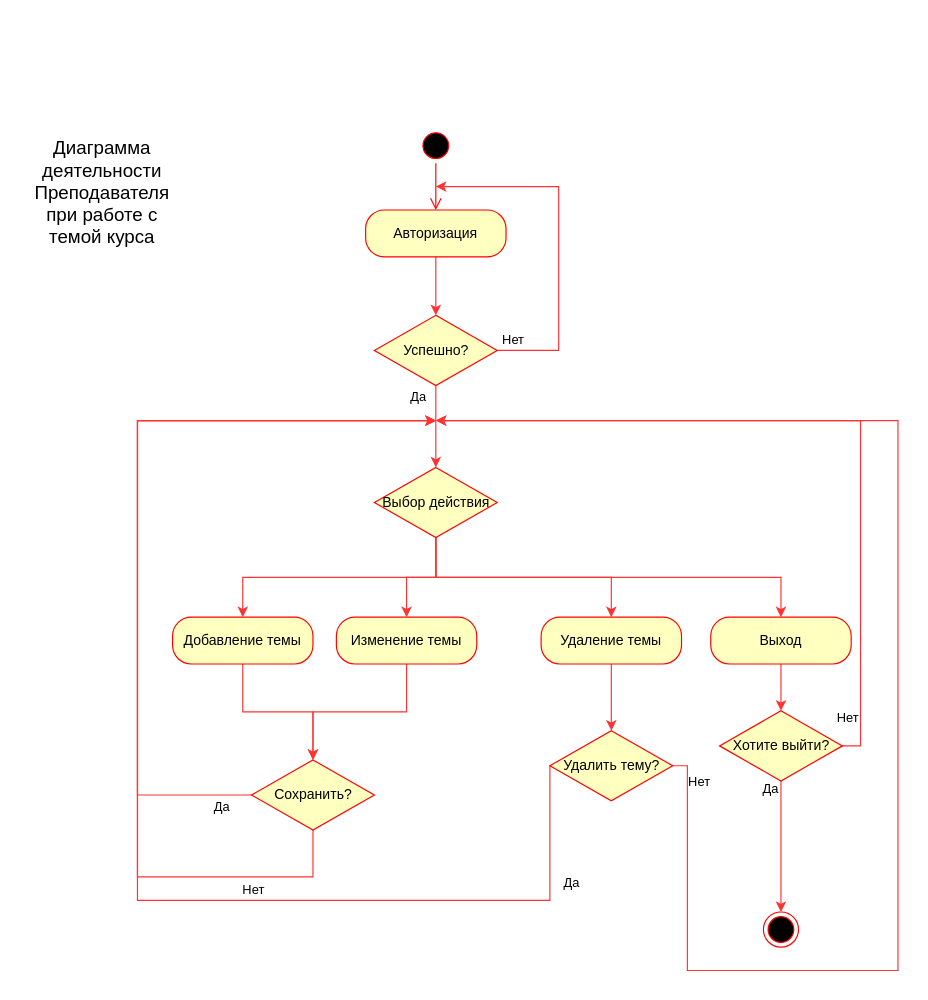
The draw.io diagram page "Activity teacher - Topic" (12 of 14) of UML.drawio in FaridunSalimzoda/myvkr, before the edit. Source tidied: cells renumbered, new cells numbered last; positions are measured from the earlier drawing's top-left corner, leaving out a move shared by most shapes. Both pictures are drawn from the tidied source at 117%, with x=0, y=0 at pixel (20, 128).
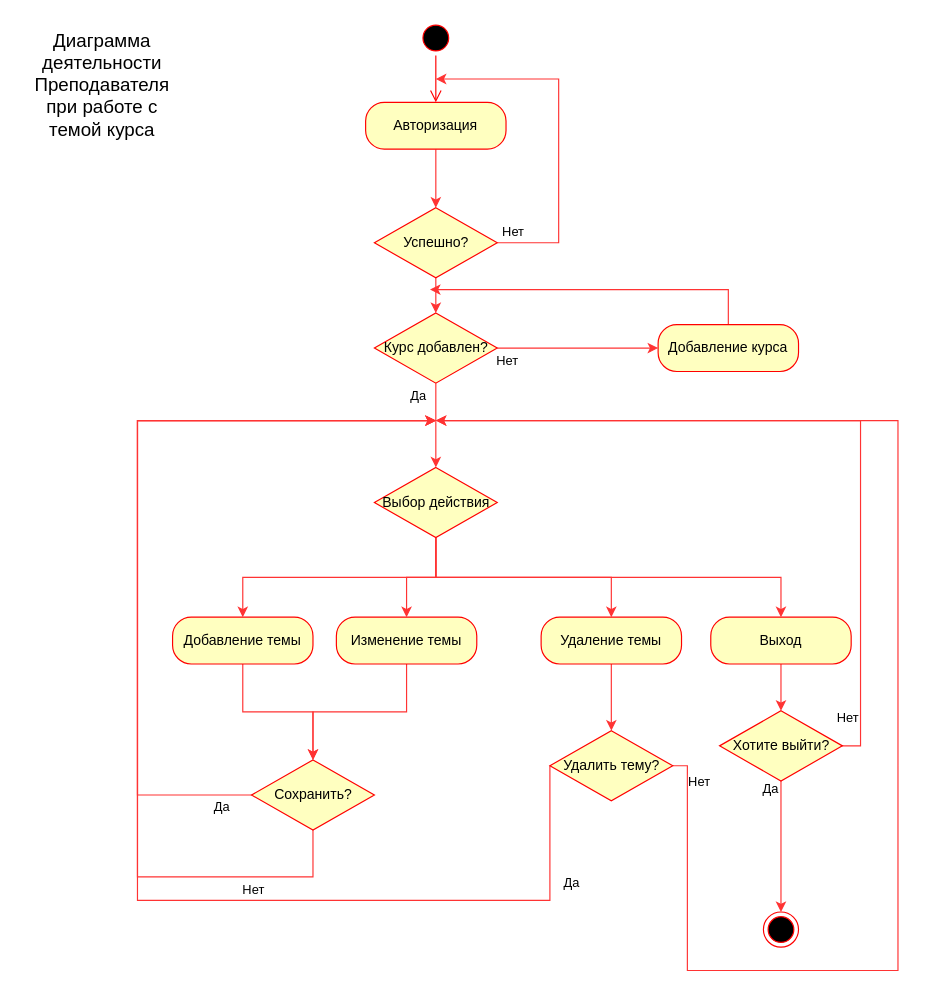
The same page after the edit.

Diff of the diagram source:
```diff
@@
     <mxCell id="2" style="ellipse;html=1;shape=startState;fillColor=#000000;strokeColor=#ff0000;" parent="1" vertex="1">
-      <mxGeometry x="340" width="30" height="30" as="geometry" />
+      <mxGeometry x="340" y="-92" width="30" height="30" as="geometry" />
     </mxCell>
@@
     <mxCell id="5" value="Авторизация" style="rounded=1;whiteSpace=wrap;html=1;arcSize=40;fontColor=#000000;fillColor=#ffffc0;strokeColor=#ff0000;" parent="1" vertex="1">
-      <mxGeometry x="295" y="70" width="120" height="40" as="geometry" />
+      <mxGeometry x="295" y="-22" width="120" height="40" as="geometry" />
     </mxCell>
     <mxCell id="6" style="edgeStyle=orthogonalEdgeStyle;rounded=0;jettySize=auto;html=1;exitX=1;exitY=0.5;exitDx=0;exitDy=0;strokeColor=#FF3333;" parent="1" edge="1" source="9">
       <mxGeometry relative="1" as="geometry">
-        <mxPoint x="355" y="50" as="targetPoint" />
+        <mxPoint x="355" y="-42" as="targetPoint" />
         <Array as="points">
-          <mxPoint x="460" y="190" />
-          <mxPoint x="460" y="50" />
-          <mxPoint x="415" y="50" />
+          <mxPoint x="460" y="98" />
+          <mxPoint x="460" y="-42" />
+          <mxPoint x="415" y="-42" />
         </Array>
       </mxGeometry>
     </mxCell>
@@
-    <mxCell id="8" value="Да" style="edgeStyle=orthogonalEdgeStyle;rounded=0;jettySize=auto;html=1;exitX=0.5;exitY=1;exitDx=0;exitDy=0;strokeColor=#FF3333;entryX=0.5;entryY=0;entryDx=0;entryDy=0;" parent="1" edge="1" source="9">
+    <mxCell id="8" value="Да" style="edgeStyle=orthogonalEdgeStyle;rounded=0;jettySize=auto;html=1;exitX=0.5;exitY=1;exitDx=0;exitDy=0;strokeColor=#FF3333;entryX=0.5;entryY=0;entryDx=0;entryDy=0;" parent="1" edge="1" source="42">
       <mxGeometry x="-0.71" y="-15" relative="1" as="geometry">
         <mxPoint x="355" y="290" as="targetPoint" />
       </mxGeometry>
     </mxCell>
+    <mxCell id="39" style="edgeStyle=orthogonalEdgeStyle;rounded=0;jettySize=auto;html=1;exitX=0.5;exitY=1;exitDx=0;exitDy=0;strokeColor=#FF3333;" parent="1" edge="1" source="9" target="42">
+      <mxGeometry relative="1" as="geometry" />
+    </mxCell>
     <mxCell id="9" value="Успешно?" style="rhombus;whiteSpace=wrap;html=1;fillColor=#ffffc0;strokeColor=#ff0000;" parent="1" vertex="1">
-      <mxGeometry x="302.5" y="160" width="105" height="60" as="geometry" />
+      <mxGeometry x="302.5" y="68" width="105" height="60" as="geometry" />
     </mxCell>
     <mxCell id="10" value="&lt;font style=&quot;font-size: 16px&quot;&gt;Диаграмма деятельности Преподавателя&lt;br&gt;при работе с темой курса&lt;br&gt;&lt;/font&gt;" style="text;html=1;strokeColor=none;fillColor=none;align=center;verticalAlign=middle;whiteSpace=wrap;rounded=0;" parent="1" vertex="1">
-      <mxGeometry y="10" width="140" height="90" as="geometry" />
+      <mxGeometry y="-82" width="140" height="90" as="geometry" />
     </mxCell>
@@
+    <mxCell id="40" style="edgeStyle=orthogonalEdgeStyle;rounded=0;jettySize=auto;html=1;exitX=1;exitY=0.5;exitDx=0;exitDy=0;strokeColor=#FF3333;entryX=0;entryY=0.5;entryDx=0;entryDy=0;" parent="1" edge="1" source="42" target="44">
+      <mxGeometry relative="1" as="geometry" />
+    </mxCell>
+    <mxCell id="41" value="Нет" style="edgeLabel;html=1;align=center;verticalAlign=middle;" parent="40" vertex="1">
+      <mxGeometry x="-0.72" y="2" relative="1" as="geometry">
+        <mxPoint x="-11" y="12" as="offset" />
+      </mxGeometry>
+    </mxCell>
+    <mxCell id="42" value="Курс добавлен?" style="rhombus;whiteSpace=wrap;html=1;fillColor=#ffffc0;strokeColor=#ff0000;" parent="1" vertex="1">
+      <mxGeometry x="302.5" y="158" width="105" height="60" as="geometry" />
+    </mxCell>
+    <mxCell id="43" style="edgeStyle=orthogonalEdgeStyle;rounded=0;jettySize=auto;html=1;strokeColor=#FF3333;" parent="1" edge="1" source="44">
+      <mxGeometry relative="1" as="geometry">
+        <mxPoint x="350" y="138" as="targetPoint" />
+        <Array as="points">
+          <mxPoint x="605" y="138" />
+        </Array>
+      </mxGeometry>
+    </mxCell>
+    <mxCell id="44" value="Добавление курса" style="rounded=1;whiteSpace=wrap;html=1;arcSize=40;fontColor=#000000;fillColor=#ffffc0;strokeColor=#ff0000;" parent="1" vertex="1">
+      <mxGeometry x="545" y="168" width="120" height="40" as="geometry" />
+    </mxCell>
```
